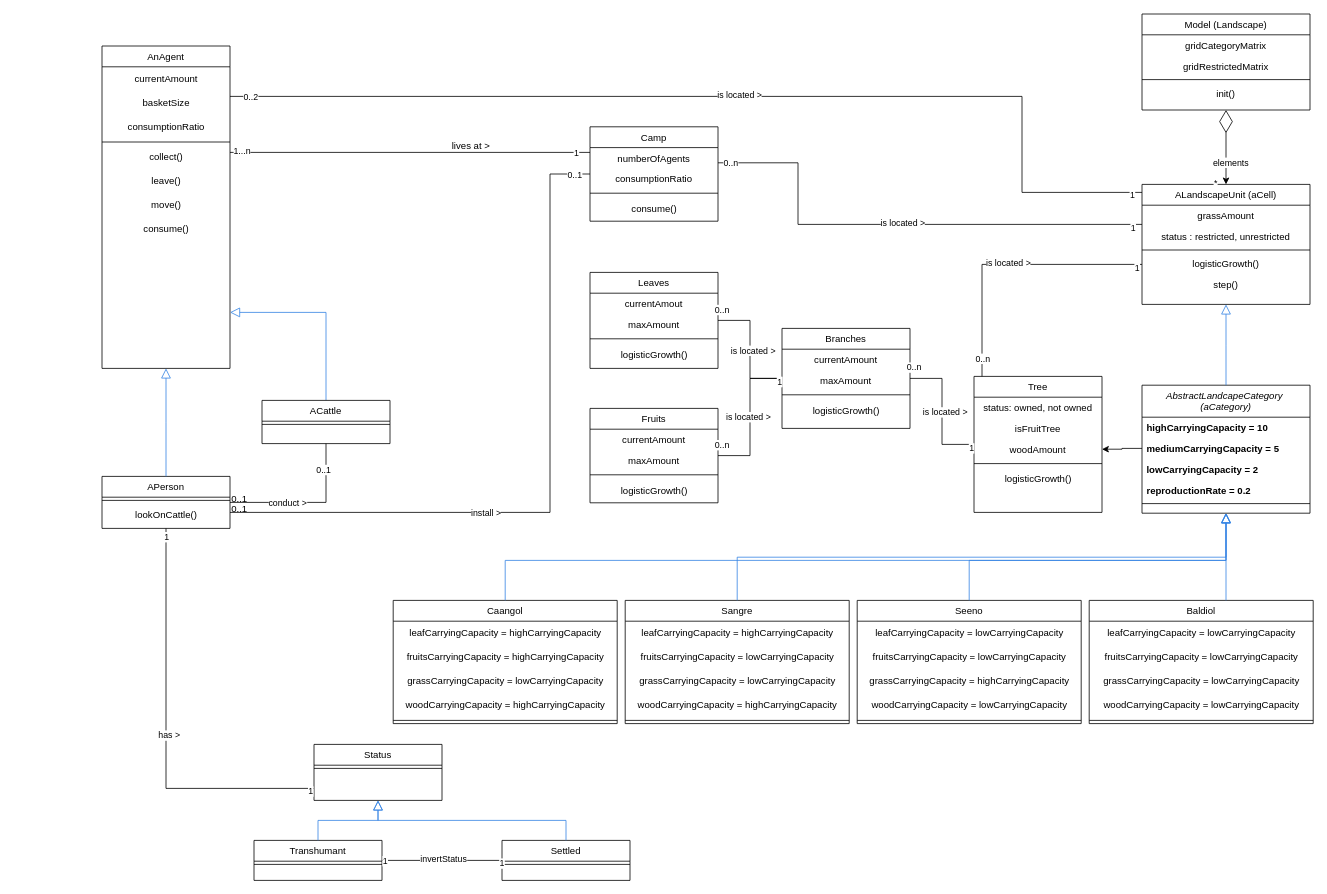
Earlier version of the draw.io diagram page "Dundi-iteration1" (2 of 7) of DundiV0.drawio (panchovdl/DundiModel). Source tidied: cells renumbered, new cells numbered last; positions are measured from the earlier drawing's top-left corner, leaving out a move shared by most shapes. Both pictures are drawn from the tidied source at 80%, with x=0, y=0 at pixel (102, 14).
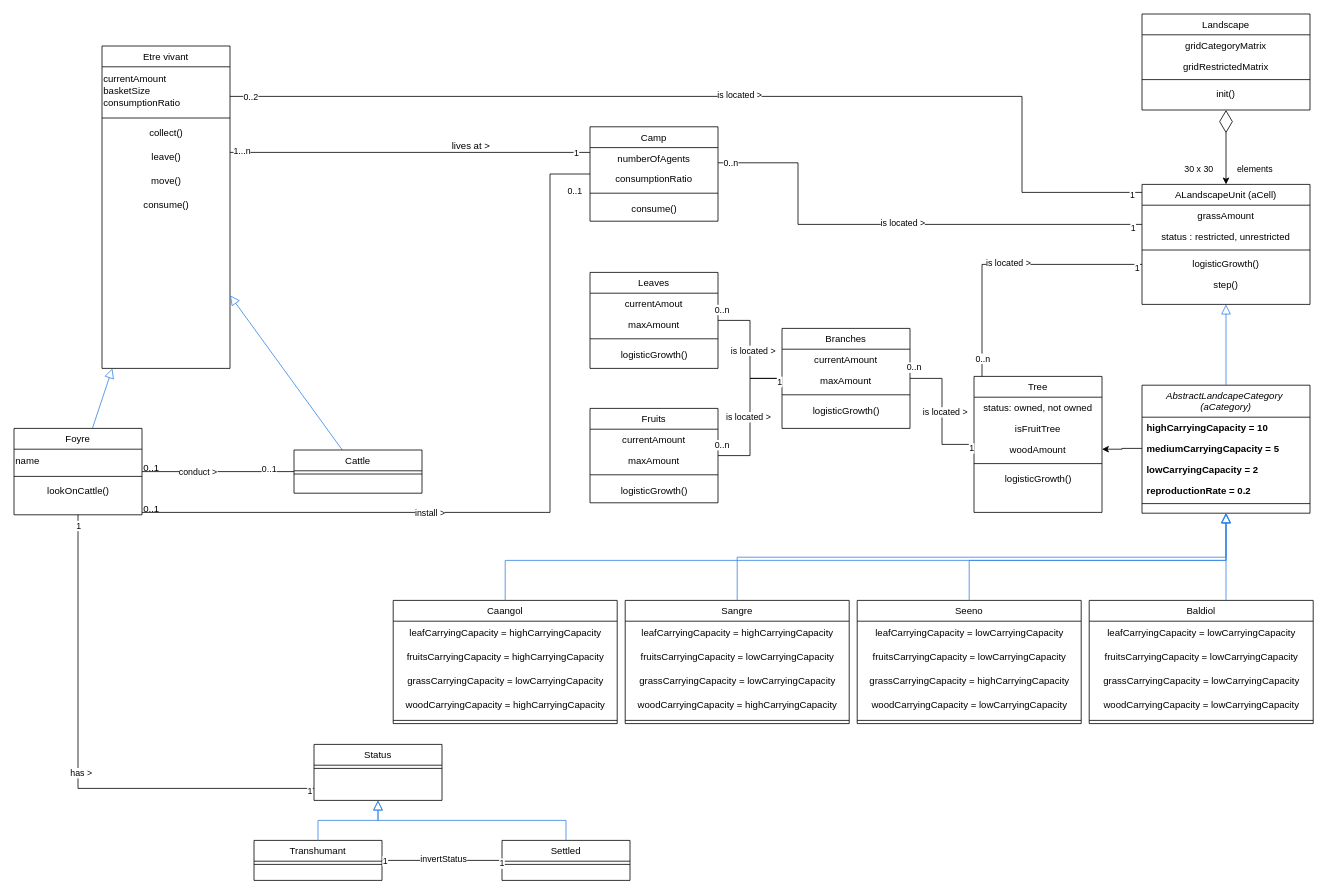
After the change.

Commit message:
Mettre à jour DundiV0.drawio

The change refers to these unchanged cells:
```xml
<mxCell id="81" style="edgeStyle=orthogonalEdgeStyle;rounded=0;jettySize=auto;html=1;startArrow=diamondThin;startFill=0;sourcePerimeterSpacing=0;startSize=26;" parent="1" edge="1" source="84" target="47">
  <mxGeometry relative="1" as="geometry" />
</mxCell>
```

Diff of the diagram source:
```diff
@@
-    <mxCell id="2" value="AnAgent" style="swimlane;fontStyle=0;align=center;verticalAlign=top;horizontal=1;startSize=26;rounded=0;shadow=0;strokeWidth=1;" parent="1" vertex="1">
+    <mxCell id="2" value="Etre vivant" style="swimlane;fontStyle=0;align=center;verticalAlign=top;horizontal=1;startSize=26;rounded=0;shadow=0;strokeWidth=1;" parent="1" vertex="1">
       <mxGeometry y="40" width="160" height="403" as="geometry" />
     </mxCell>
-    <mxCell id="3" value="currentAmount" style="text;html=1;align=center;verticalAlign=middle;strokeColor=none;fillColor=none;" parent="2" vertex="1">
-      <mxGeometry y="26" width="160" height="30" as="geometry" />
+    <mxCell id="3" value="&lt;div&gt;currentAmount&lt;br&gt;&lt;/div&gt;&lt;div&gt;basketSize&lt;/div&gt;&lt;div&gt;consumptionRatio&lt;/div&gt;" style="text;html=1;align=left;verticalAlign=middle;strokeColor=none;fillColor=none;" parent="2" vertex="1">
+      <mxGeometry y="26" width="160" height="60" as="geometry" />
     </mxCell>
-    <mxCell id="4" value="basketSize" style="text;html=1;align=center;verticalAlign=middle;strokeColor=none;fillColor=none;" parent="2" vertex="1">
-      <mxGeometry y="56" width="160" height="30" as="geometry" />
-    </mxCell>
-    <mxCell id="5" value="consumptionRatio" style="text;html=1;align=center;verticalAlign=middle;strokeColor=none;fillColor=none;" parent="2" vertex="1">
-      <mxGeometry y="86" width="160" height="30" as="geometry" />
-    </mxCell>
     <mxCell id="6" style="line;html=1;strokeWidth=1;align=left;verticalAlign=middle;spacingTop=-1;spacingLeft=3;spacingRight=3;labelPosition=right;" parent="2" vertex="1">
-      <mxGeometry y="116" width="160" height="8" as="geometry" />
+      <mxGeometry y="86" width="160" height="8" as="geometry" />
     </mxCell>
     <mxCell id="7" value="&lt;div&gt;collect()&lt;/div&gt;" style="text;html=1;align=center;verticalAlign=middle;strokeColor=none;fillColor=none;" parent="2" vertex="1">
-      <mxGeometry y="124" width="160" height="30" as="geometry" />
+      <mxGeometry y="94" width="160" height="30" as="geometry" />
     </mxCell>
     <mxCell id="8" value="&lt;div&gt;leave()&lt;/div&gt;" style="text;html=1;align=center;verticalAlign=middle;strokeColor=none;fillColor=none;" parent="2" vertex="1">
-      <mxGeometry y="154" width="160" height="30" as="geometry" />
+      <mxGeometry y="124" width="160" height="30" as="geometry" />
     </mxCell>
     <mxCell id="9" value="&lt;div&gt;move()&lt;/div&gt;" style="text;html=1;align=center;verticalAlign=middle;strokeColor=none;fillColor=none;" parent="2" vertex="1">
-      <mxGeometry y="184" width="160" height="30" as="geometry" />
+      <mxGeometry y="154" width="160" height="30" as="geometry" />
     </mxCell>
     <mxCell id="10" value="&lt;div&gt;consume()&lt;/div&gt;" style="text;html=1;align=center;verticalAlign=middle;strokeColor=none;fillColor=none;" parent="2" vertex="1">
-      <mxGeometry y="214" width="160" height="30" as="geometry" />
+      <mxGeometry y="184" width="160" height="30" as="geometry" />
     </mxCell>
@@
-    <mxCell id="36" value="APerson " style="swimlane;fontStyle=0;align=center;verticalAlign=top;horizontal=1;startSize=26;rounded=0;shadow=0;strokeWidth=1;" parent="1" vertex="1">
-      <mxGeometry y="578" width="160" height="65" as="geometry" />
+    <mxCell id="36" value="Foyre" style="swimlane;fontStyle=0;align=center;verticalAlign=top;horizontal=1;startSize=26;rounded=0;shadow=0;strokeWidth=1;" parent="1" vertex="1">
+      <mxGeometry x="-110" y="518" width="160" height="108" as="geometry" />
     </mxCell>
+    <mxCell id="146" value="&lt;div align=&quot;left&quot;&gt;name&lt;/div&gt;" style="text;html=1;align=left;verticalAlign=middle;strokeColor=none;fillColor=none;" parent="36" vertex="1">
+      <mxGeometry y="26" width="160" height="30" as="geometry" />
+    </mxCell>
     <mxCell id="37" style="line;html=1;strokeWidth=1;align=left;verticalAlign=middle;spacingTop=-1;spacingLeft=3;spacingRight=3;labelPosition=right;" parent="36" vertex="1">
-      <mxGeometry y="26" width="160" height="8" as="geometry" />
+      <mxGeometry y="56" width="160" height="8" as="geometry" />
     </mxCell>
     <mxCell id="38" value="lookOnCattle()" style="text;html=1;align=center;verticalAlign=middle;strokeColor=none;fillColor=none;" parent="36" vertex="1">
-      <mxGeometry y="34" width="160" height="30" as="geometry" />
+      <mxGeometry y="64" width="160" height="30" as="geometry" />
     </mxCell>
-    <mxCell id="39" style="endArrow=block;endSize=10;endFill=0;shadow=0;strokeWidth=1;rounded=0;edgeStyle=elbowEdgeStyle;elbow=vertical;strokeColor=#3584e4;" parent="1" edge="1" source="45" target="2">
-      <mxGeometry relative="1" as="geometry">
-        <Array as="points">
-          <mxPoint x="280" y="373" />
-        </Array>
-      </mxGeometry>
+    <mxCell id="39" style="endArrow=block;endSize=10;endFill=0;shadow=0;strokeWidth=1;rounded=0;elbow=vertical;strokeColor=#3584e4;" parent="1" edge="1" source="45" target="2">
+      <mxGeometry relative="1" as="geometry" />
     </mxCell>
-    <mxCell id="40" style="endArrow=block;endSize=10;endFill=0;shadow=0;strokeWidth=1;rounded=0;edgeStyle=elbowEdgeStyle;elbow=vertical;strokeColor=#3584e4;" parent="1" edge="1" source="36" target="2">
+    <mxCell id="40" style="endArrow=block;endSize=10;endFill=0;shadow=0;strokeWidth=1;rounded=0;elbow=vertical;strokeColor=#3584e4;" parent="1" edge="1" source="36" target="2">
       <mxGeometry relative="1" as="geometry" />
     </mxCell>
@@
-    <mxCell id="45" value="ACattle" style="swimlane;fontStyle=0;align=center;verticalAlign=top;horizontal=1;startSize=26;rounded=0;shadow=0;strokeWidth=1;" parent="1" vertex="1">
-      <mxGeometry x="200" y="483" width="160" height="54" as="geometry" />
+    <mxCell id="45" value="Cattle" style="swimlane;fontStyle=0;align=center;verticalAlign=top;horizontal=1;startSize=26;rounded=0;shadow=0;strokeWidth=1;" parent="1" vertex="1">
+      <mxGeometry x="240" y="545" width="160" height="54" as="geometry" />
     </mxCell>
@@
     <mxCell id="82" value="elements" style="edgeLabel;html=1;align=center;verticalAlign=middle;" parent="81" vertex="1">
       <mxGeometry x="0.6" y="-1" relative="1" as="geometry">
-        <mxPoint x="6" y="-9" as="offset" />
+        <mxPoint x="36" y="-1" as="offset" />
       </mxGeometry>
     </mxCell>
-    <mxCell id="83" value="*" style="edgeLabel;html=1;align=center;verticalAlign=middle;" parent="81" vertex="1">
+    <mxCell id="83" value="30 x 30" style="edgeLabel;html=1;align=center;verticalAlign=middle;" parent="81" vertex="1">
       <mxGeometry x="0.58" y="2" relative="1" as="geometry">
-        <mxPoint x="-16" y="17" as="offset" />
+        <mxPoint x="-37" as="offset" />
       </mxGeometry>
     </mxCell>
-    <mxCell id="84" value="Model (Landscape)" style="swimlane;fontStyle=0;align=center;verticalAlign=top;horizontal=1;startSize=26;rounded=0;shadow=0;strokeWidth=1;" parent="1" vertex="1">
+    <mxCell id="84" value="Landscape" style="swimlane;fontStyle=0;align=center;verticalAlign=top;horizontal=1;startSize=26;rounded=0;shadow=0;strokeWidth=1;" parent="1" vertex="1">
       <mxGeometry x="1300" width="210" height="120" as="geometry" />
     </mxCell>
```
